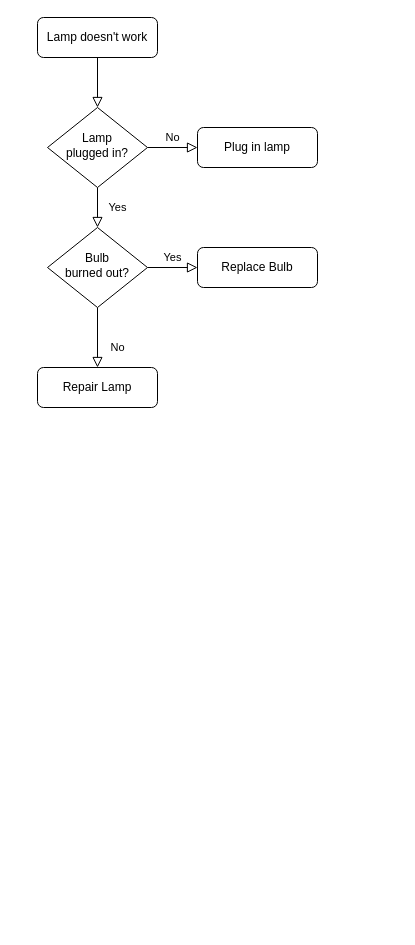
This is Untitled Diagram.drawio from selsmie/honest-hotel, a draw.io file, before an edit. Source tidied: cells renumbered, new cells numbered last; positions are measured from the earlier drawing's top-left corner, leaving out a move shared by most shapes. Both pictures are drawn from the tidied source at 100%, with x=0, y=0 at pixel (37, 17).
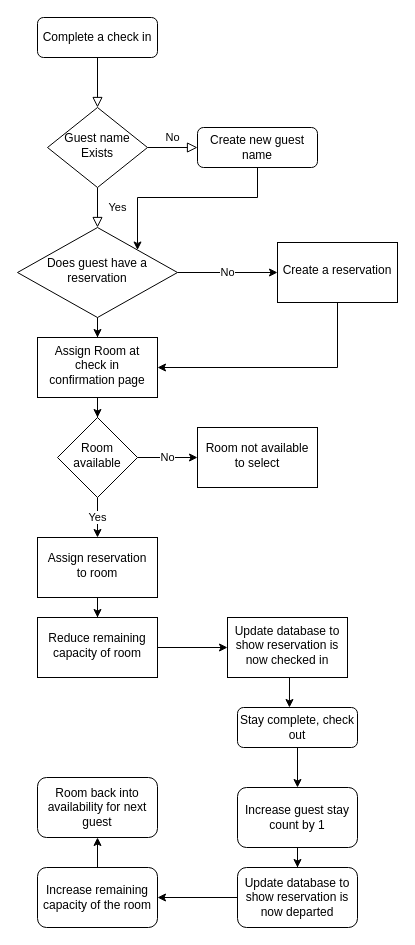
The same page after the edit.

Diff of the diagram source:
```diff
@@
-    <mxCell id="3" value="Lamp doesn't work" style="rounded=1;whiteSpace=wrap;html=1;fontSize=12;glass=0;strokeWidth=1;shadow=0;" parent="1" vertex="1">
+    <mxCell id="3" value="Complete a check in" style="rounded=1;whiteSpace=wrap;html=1;fontSize=12;glass=0;strokeWidth=1;shadow=0;" parent="1" vertex="1">
       <mxGeometry width="120" height="40" as="geometry" />
     </mxCell>
@@
-    <mxCell id="6" value="Lamp&lt;br&gt;plugged in?" style="rhombus;whiteSpace=wrap;html=1;shadow=0;fontFamily=Helvetica;fontSize=12;align=center;strokeWidth=1;spacing=6;spacingTop=-4;" parent="1" vertex="1">
+    <mxCell id="6" value="Guest name Exists" style="rhombus;whiteSpace=wrap;html=1;shadow=0;fontFamily=Helvetica;fontSize=12;align=center;strokeWidth=1;spacing=6;spacingTop=-4;" parent="1" vertex="1">
       <mxGeometry x="10" y="90" width="100" height="80" as="geometry" />
     </mxCell>
+    <mxCell id="13" style="edgeStyle=orthogonalEdgeStyle;rounded=0;jettySize=auto;html=1;exitX=0.5;exitY=1;exitDx=0;exitDy=0;entryX=1;entryY=0;entryDx=0;entryDy=0;" parent="1" edge="1" source="7" target="10">
+      <mxGeometry relative="1" as="geometry" />
+    </mxCell>
-    <mxCell id="7" value="Plug in lamp" style="rounded=1;whiteSpace=wrap;html=1;fontSize=12;glass=0;strokeWidth=1;shadow=0;" parent="1" vertex="1">
+    <mxCell id="7" value="Create new guest name" style="rounded=1;whiteSpace=wrap;html=1;fontSize=12;glass=0;strokeWidth=1;shadow=0;" parent="1" vertex="1">
       <mxGeometry x="160" y="110" width="120" height="40" as="geometry" />
     </mxCell>
-    <mxCell id="8" value="No" style="rounded=0;html=1;jettySize=auto;fontSize=11;endArrow=block;endFill=0;endSize=8;strokeWidth=1;shadow=0;labelBackgroundColor=none;edgeStyle=orthogonalEdgeStyle;" parent="1" edge="1" source="10" target="11">
-      <mxGeometry x="0.33" y="20" relative="1" as="geometry" />
-    </mxCell>
+    <mxCell id="14" value="No&lt;br&gt;" style="edgeStyle=orthogonalEdgeStyle;rounded=0;jettySize=auto;html=1;" parent="1" edge="1" source="10" target="17">
+      <mxGeometry relative="1" as="geometry" />
+    </mxCell>
+    <mxCell id="15" style="edgeStyle=orthogonalEdgeStyle;rounded=0;jettySize=auto;html=1;" parent="1" edge="1" source="10" target="19">
+      <mxGeometry relative="1" as="geometry" />
+    </mxCell>
+    <mxCell id="10" value="Does guest have a reservation" style="rhombus;whiteSpace=wrap;html=1;shadow=0;fontFamily=Helvetica;fontSize=12;align=center;strokeWidth=1;spacing=6;spacingTop=-4;" parent="1" vertex="1">
+      <mxGeometry x="-20" y="210" width="160" height="90" as="geometry" />
+    </mxCell>
+    <mxCell id="16" style="edgeStyle=orthogonalEdgeStyle;rounded=0;jettySize=auto;html=1;exitX=0.5;exitY=1;exitDx=0;exitDy=0;entryX=1;entryY=0.5;entryDx=0;entryDy=0;" parent="1" edge="1" source="17" target="19">
+      <mxGeometry relative="1" as="geometry" />
+    </mxCell>
+    <mxCell id="17" value="Create a reservation" style="whiteSpace=wrap;html=1;shadow=0;strokeWidth=1;spacing=6;spacingTop=-4;" parent="1" vertex="1">
+      <mxGeometry x="240" y="225" width="120" height="60" as="geometry" />
+    </mxCell>
+    <mxCell id="18" style="edgeStyle=orthogonalEdgeStyle;rounded=0;jettySize=auto;html=1;" parent="1" edge="1" source="19" target="21">
+      <mxGeometry relative="1" as="geometry" />
+    </mxCell>
+    <mxCell id="19" value="Assign Room at check in confirmation page" style="whiteSpace=wrap;html=1;shadow=0;strokeWidth=1;spacing=6;spacingTop=-4;" parent="1" vertex="1">
+      <mxGeometry y="320" width="120" height="60" as="geometry" />
+    </mxCell>
+    <mxCell id="20" value="No" style="edgeStyle=orthogonalEdgeStyle;rounded=0;jettySize=auto;html=1;" parent="1" edge="1" source="21" target="22">
+      <mxGeometry relative="1" as="geometry" />
+    </mxCell>
-    <mxCell id="9" value="Yes" style="edgeStyle=orthogonalEdgeStyle;rounded=0;html=1;jettySize=auto;fontSize=11;endArrow=block;endFill=0;endSize=8;strokeWidth=1;shadow=0;labelBackgroundColor=none;" parent="1" edge="1" source="10" target="12">
-      <mxGeometry y="10" relative="1" as="geometry" />
+    <mxCell id="9" value="Yes" style="edgeStyle=orthogonalEdgeStyle;rounded=0;jettySize=auto;html=1;" parent="1" edge="1" source="21" target="24">
+      <mxGeometry relative="1" as="geometry" />
     </mxCell>
-    <mxCell id="10" value="Bulb&lt;br&gt;burned out?" style="rhombus;whiteSpace=wrap;html=1;shadow=0;fontFamily=Helvetica;fontSize=12;align=center;strokeWidth=1;spacing=6;spacingTop=-4;" parent="1" vertex="1">
-      <mxGeometry x="10" y="210" width="100" height="80" as="geometry" />
-    </mxCell>
-    <mxCell id="11" value="Repair Lamp" style="rounded=1;whiteSpace=wrap;html=1;fontSize=12;glass=0;strokeWidth=1;shadow=0;" parent="1" vertex="1">
-      <mxGeometry y="350" width="120" height="40" as="geometry" />
-    </mxCell>
-    <mxCell id="12" value="Replace Bulb" style="rounded=1;whiteSpace=wrap;html=1;fontSize=12;glass=0;strokeWidth=1;shadow=0;" parent="1" vertex="1">
-      <mxGeometry x="160" y="230" width="120" height="40" as="geometry" />
-    </mxCell>
+    <mxCell id="21" value="Room available" style="rhombus;whiteSpace=wrap;html=1;shadow=0;strokeWidth=1;spacing=6;spacingTop=-4;" parent="1" vertex="1">
+      <mxGeometry x="20" y="400" width="80" height="80" as="geometry" />
+    </mxCell>
+    <mxCell id="22" value="Room not available to select" style="whiteSpace=wrap;html=1;shadow=0;strokeWidth=1;spacing=6;spacingTop=-4;" parent="1" vertex="1">
+      <mxGeometry x="160" y="410" width="120" height="60" as="geometry" />
+    </mxCell>
+    <mxCell id="23" style="edgeStyle=orthogonalEdgeStyle;rounded=0;jettySize=auto;html=1;" parent="1" edge="1" source="24" target="26">
+      <mxGeometry relative="1" as="geometry" />
+    </mxCell>
+    <mxCell id="24" value="Assign reservation to room" style="whiteSpace=wrap;html=1;shadow=0;strokeWidth=1;spacing=6;spacingTop=-4;" parent="1" vertex="1">
+      <mxGeometry y="520" width="120" height="60" as="geometry" />
+    </mxCell>
+    <mxCell id="25" style="edgeStyle=orthogonalEdgeStyle;rounded=0;jettySize=auto;html=1;" parent="1" edge="1" source="26" target="28">
+      <mxGeometry relative="1" as="geometry" />
+    </mxCell>
+    <mxCell id="26" value="Reduce remaining capacity of room" style="whiteSpace=wrap;html=1;shadow=0;strokeWidth=1;spacing=6;spacingTop=-4;" parent="1" vertex="1">
+      <mxGeometry y="600" width="120" height="60" as="geometry" />
+    </mxCell>
+    <mxCell id="27" style="edgeStyle=orthogonalEdgeStyle;rounded=0;jettySize=auto;html=1;exitX=0.5;exitY=1;exitDx=0;exitDy=0;entryX=0.433;entryY=0;entryDx=0;entryDy=0;entryPerimeter=0;" parent="1" edge="1" source="28" target="30">
+      <mxGeometry relative="1" as="geometry" />
+    </mxCell>
+    <mxCell id="28" value="Update database to show reservation is now checked in" style="whiteSpace=wrap;html=1;shadow=0;strokeWidth=1;spacing=6;spacingTop=-4;" parent="1" vertex="1">
+      <mxGeometry x="190" y="600" width="120" height="60" as="geometry" />
+    </mxCell>
+    <mxCell id="29" style="edgeStyle=orthogonalEdgeStyle;rounded=0;jettySize=auto;html=1;" parent="1" edge="1" source="30" target="32">
+      <mxGeometry relative="1" as="geometry" />
+    </mxCell>
+    <mxCell id="30" value="Stay complete, check out" style="rounded=1;whiteSpace=wrap;html=1;fontSize=12;glass=0;strokeWidth=1;shadow=0;" parent="1" vertex="1">
+      <mxGeometry x="200" y="690" width="120" height="40" as="geometry" />
+    </mxCell>
+    <mxCell id="31" style="edgeStyle=orthogonalEdgeStyle;rounded=0;jettySize=auto;html=1;" parent="1" edge="1" source="32" target="34">
+      <mxGeometry relative="1" as="geometry" />
+    </mxCell>
+    <mxCell id="32" value="Increase guest stay count by 1" style="whiteSpace=wrap;html=1;rounded=1;shadow=0;strokeWidth=1;glass=0;" parent="1" vertex="1">
+      <mxGeometry x="200" y="770" width="120" height="60" as="geometry" />
+    </mxCell>
+    <mxCell id="33" style="edgeStyle=orthogonalEdgeStyle;rounded=0;jettySize=auto;html=1;" parent="1" edge="1" source="34" target="36">
+      <mxGeometry relative="1" as="geometry" />
+    </mxCell>
+    <mxCell id="34" value="Update database to show reservation is now departed" style="whiteSpace=wrap;html=1;rounded=1;shadow=0;strokeWidth=1;glass=0;" parent="1" vertex="1">
+      <mxGeometry x="200" y="850" width="120" height="60" as="geometry" />
+    </mxCell>
+    <mxCell id="35" style="edgeStyle=orthogonalEdgeStyle;rounded=0;jettySize=auto;html=1;" parent="1" edge="1" source="36" target="37">
+      <mxGeometry relative="1" as="geometry" />
+    </mxCell>
+    <mxCell id="36" value="Increase remaining capacity of the room" style="whiteSpace=wrap;html=1;rounded=1;shadow=0;strokeWidth=1;glass=0;" parent="1" vertex="1">
+      <mxGeometry y="850" width="120" height="60" as="geometry" />
+    </mxCell>
+    <mxCell id="37" value="Room back into availability for next guest" style="whiteSpace=wrap;html=1;rounded=1;shadow=0;strokeWidth=1;glass=0;" parent="1" vertex="1">
+      <mxGeometry y="760" width="120" height="60" as="geometry" />
+    </mxCell>
```
